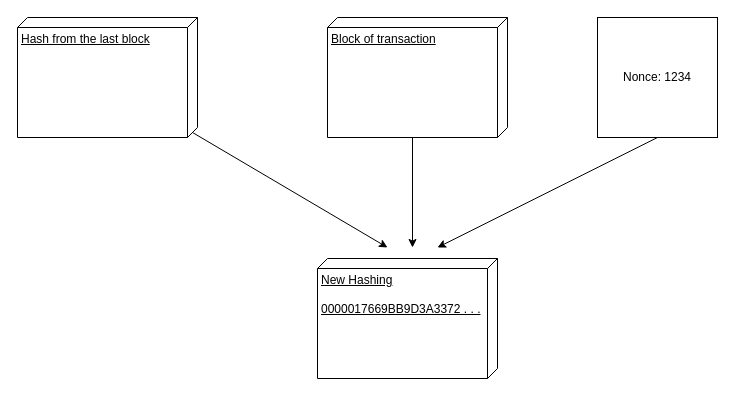
The draw.io diagram page "Page-1" (1 of 2) of assets/Belajar Blockchain - 03 Proof of Work.drawio in danilrafiqi/belajar-blockchain, before the edit. Source tidied: cells renumbered, new cells numbered last; positions are measured from the earlier drawing's top-left corner, leaving out a move shared by most shapes. Both pictures are drawn from the tidied source at 100%, with x=0, y=0 at pixel (17, 17).
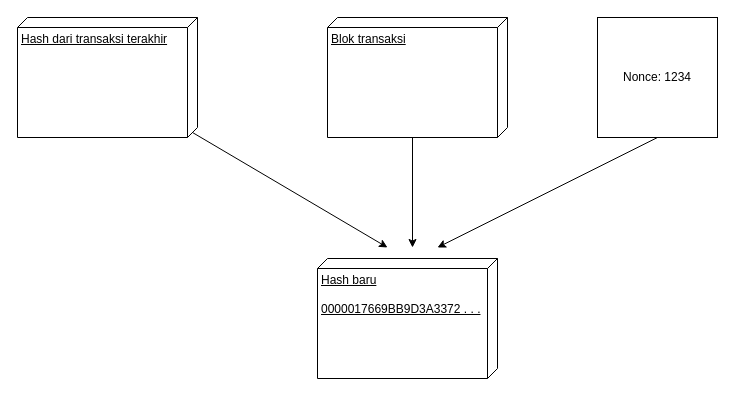
After the change.

Change to the diagram source:
```diff
@@
 <mxGraphModel>
   <root>
     <mxCell id="0" />
     <mxCell id="1" parent="0" />
-    <mxCell id="2" value="Hash from the last block" style="verticalAlign=top;align=left;spacingTop=8;spacingLeft=2;spacingRight=12;shape=cube;size=10;direction=south;fontStyle=4;html=1;" parent="1" vertex="1">
+    <mxCell id="2" value="Hash dari transaksi terakhir" style="verticalAlign=top;align=left;spacingTop=8;spacingLeft=2;spacingRight=12;shape=cube;size=10;direction=south;fontStyle=4;html=1;" parent="1" vertex="1">
       <mxGeometry width="180" height="120" as="geometry" />
     </mxCell>
-    <mxCell id="3" value="Block of transaction" style="verticalAlign=top;align=left;spacingTop=8;spacingLeft=2;spacingRight=12;shape=cube;size=10;direction=south;fontStyle=4;html=1;" parent="1" vertex="1">
+    <mxCell id="3" value="Blok transaksi" style="verticalAlign=top;align=left;spacingTop=8;spacingLeft=2;spacingRight=12;shape=cube;size=10;direction=south;fontStyle=4;html=1;" parent="1" vertex="1">
       <mxGeometry x="310" width="180" height="120" as="geometry" />
     </mxCell>
     <mxCell id="4" value="Nonce: 1234" style="whiteSpace=wrap;html=1;" parent="1" vertex="1">
       <mxGeometry x="580" width="120" height="120" as="geometry" />
     </mxCell>
-    <mxCell id="5" value="New Hashing&lt;br&gt;&lt;br&gt;0000017669BB9D3A3372 . . ." style="verticalAlign=top;align=left;spacingTop=8;spacingLeft=2;spacingRight=12;shape=cube;size=10;direction=south;fontStyle=4;html=1;" parent="1" vertex="1">
+    <mxCell id="5" value="Hash baru&lt;br&gt;&lt;br&gt;0000017669BB9D3A3372 . . ." style="verticalAlign=top;align=left;spacingTop=8;spacingLeft=2;spacingRight=12;shape=cube;size=10;direction=south;fontStyle=4;html=1;" parent="1" vertex="1">
       <mxGeometry x="300" y="241" width="180" height="120" as="geometry" />
     </mxCell>
     <mxCell id="6" style="endArrow=classic;html=1;exitX=0;exitY=0;exitDx=115;exitDy=5;exitPerimeter=0;" parent="1" edge="1" source="2">
       <mxGeometry relative="1" as="geometry">
         <mxPoint x="370" y="230" as="targetPoint" />
       </mxGeometry>
     </mxCell>
     <mxCell id="7" style="endArrow=classic;html=1;exitX=0;exitY=0;exitDx=120;exitDy=95;exitPerimeter=0;" parent="1" edge="1" source="3">
       <mxGeometry relative="1" as="geometry">
         <mxPoint x="395" y="230" as="targetPoint" />
       </mxGeometry>
     </mxCell>
     <mxCell id="8" style="endArrow=classic;html=1;exitX=0.5;exitY=1;exitDx=0;exitDy=0;" parent="1" edge="1" source="4">
       <mxGeometry relative="1" as="geometry">
         <mxPoint x="420" y="230" as="targetPoint" />
       </mxGeometry>
     </mxCell>
   </root>
 </mxGraphModel>
```
